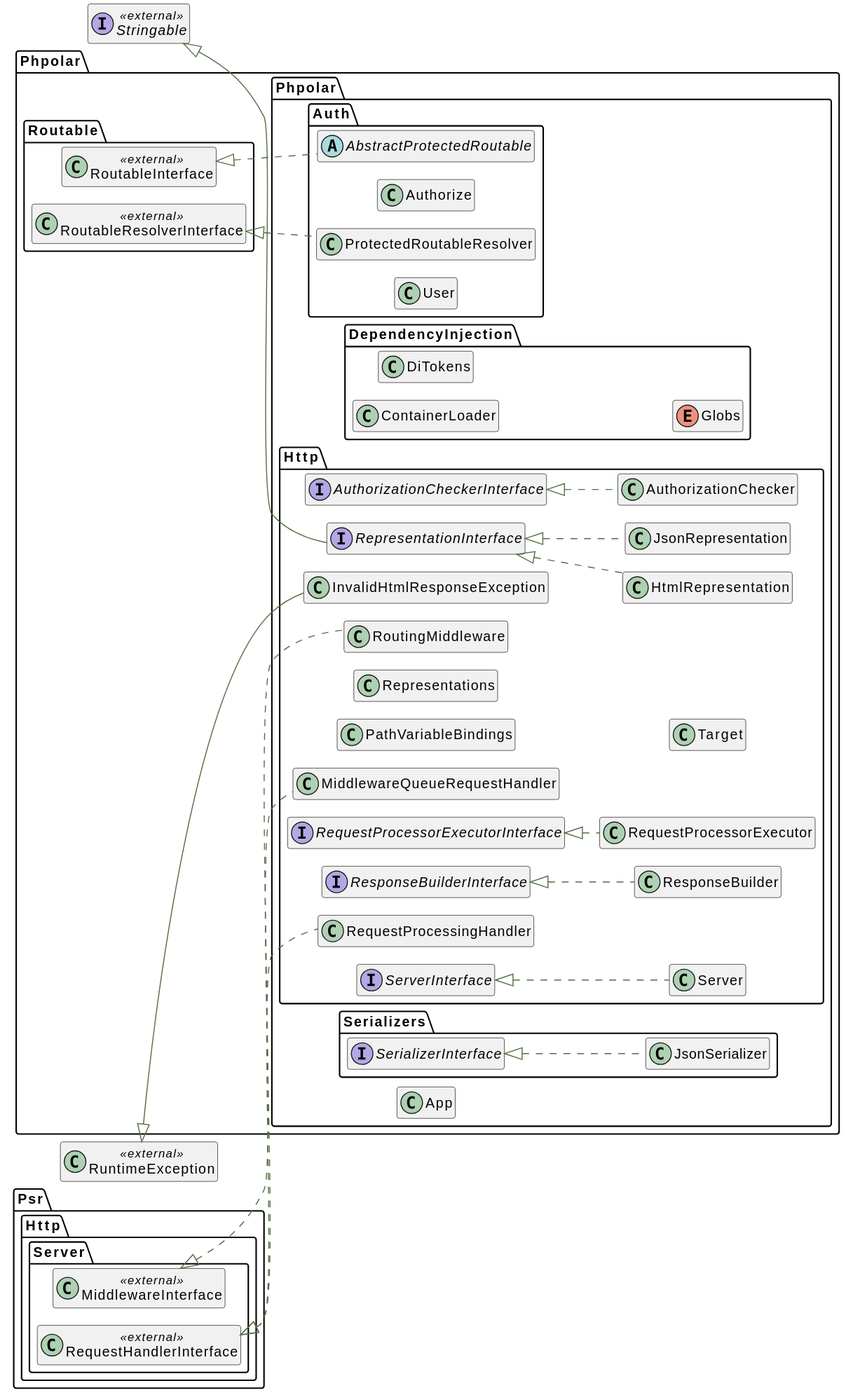
The PlantUML diagram docs/graphs/classes.svg in phpolar/phpolar, before a commit.
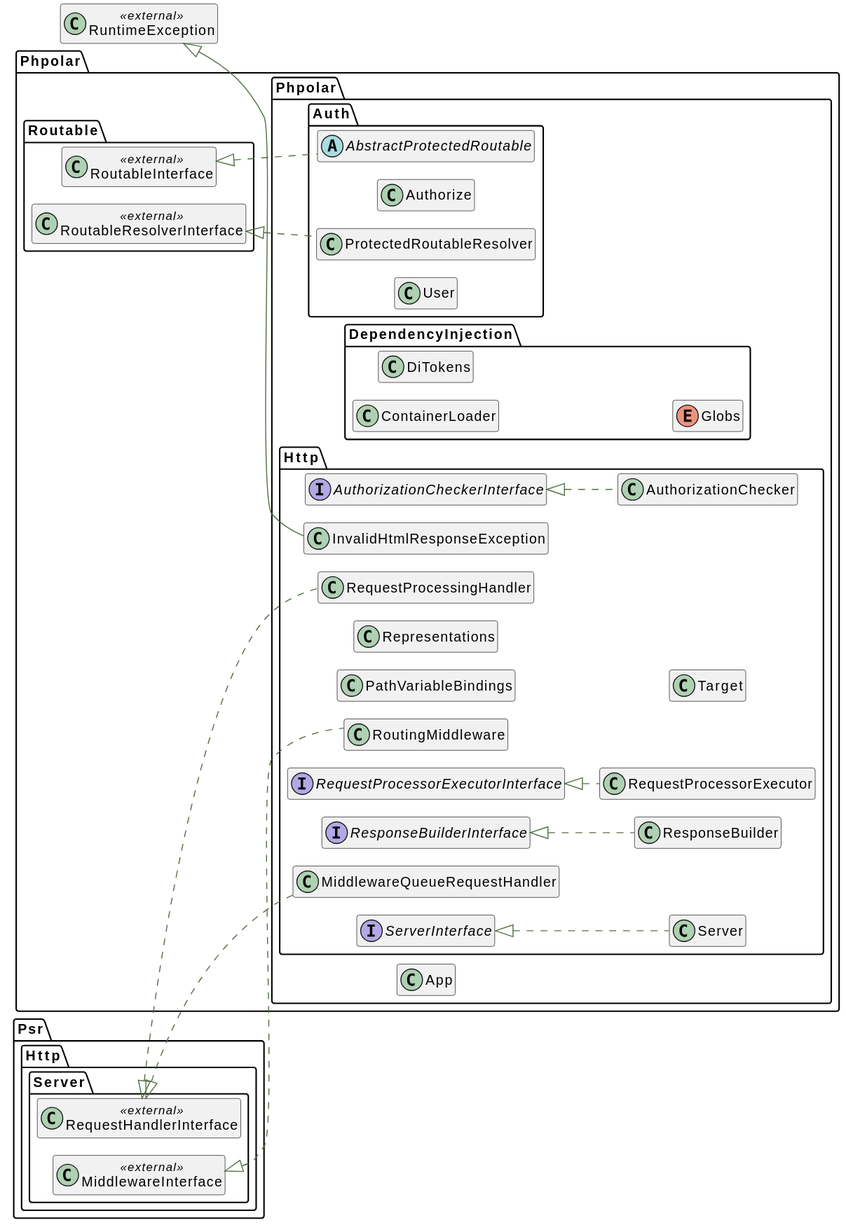
Above is the later version.

The edit, as a diff of the source:
```diff
@@ -61,24 +61,10 @@
      class "AuthorizationChecker" as AuthorizationChecker__class    implements \\Phpolar\\Phpolar\\Http\\AuthorizationCheckerInterface__interface {
     }
 }
-interface "Stringable" as Stringable__class << external >>{
-}
-namespace Phpolar\\Phpolar\\Http {
-    interface "RepresentationInterface" as RepresentationInterface__interface  extends \\Stringable__class {
-    }
-}
-namespace Phpolar\\Phpolar\\Http {
-     class "HtmlRepresentation" as HtmlRepresentation__class    implements \\Phpolar\\Phpolar\\Http\\RepresentationInterface__interface {
-    }
-}
 class "RuntimeException" as RuntimeException__class << external >>{
 }
 namespace Phpolar\\Phpolar\\Http {
      class "InvalidHtmlResponseException" as InvalidHtmlResponseException__class   extends \\RuntimeException__class  {
-    }
-}
-namespace Phpolar\\Phpolar\\Http {
-     class "JsonRepresentation" as JsonRepresentation__class    implements \\Phpolar\\Phpolar\\Http\\RepresentationInterface__interface {
     }
 }
 namespace Psr\\Http\\Server {
@@ -137,12 +123,4 @@
      class "Target" as Target__class    {
     }
 }
-namespace Phpolar\\Phpolar\\Serializers {
-    interface "SerializerInterface" as SerializerInterface__interface  {
-    }
-}
-namespace Phpolar\\Phpolar\\Serializers {
-     class "JsonSerializer" as JsonSerializer__class    implements \\Phpolar\\Phpolar\\Serializers\\SerializerInterface__interface {
-    }
-}
 @enduml
```
